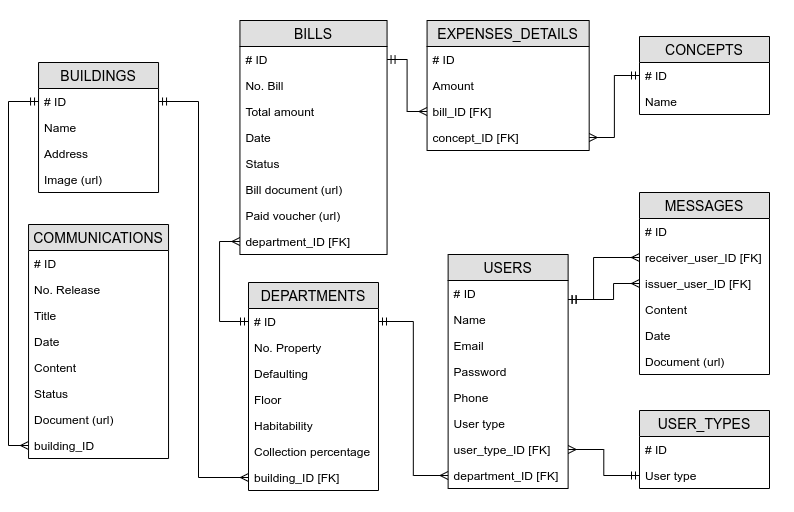
Before: diagrama_logico.png, a diagram exported from draw.io (glenn-dev/comunidapp). Source tidied: cells renumbered, new cells last; positions are measured from the earlier drawing's top-left corner, leaving out a move shared by most shapes.
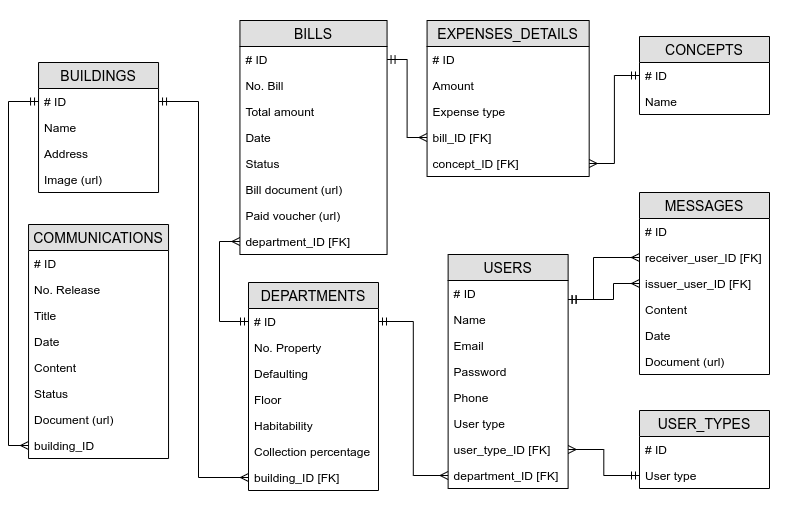
Later version of the same file.

Diff of the diagram source:
```diff
@@ -144,7 +144,7 @@
       <mxGeometry y="182" width="130" height="26" as="geometry" />
     </mxCell>
     <mxCell id="49" value="EXPENSES_DETAILS" style="swimlane;fontStyle=0;horizontal=1;startSize=26;fillColor=#e0e0e0;swimlaneFillColor=#ffffff;align=center;fontSize=14;" parent="1" vertex="1">
-      <mxGeometry x="418.6" y="20" width="162.1" height="130" as="geometry" />
+      <mxGeometry x="418.6" y="20" width="162.1" height="156" as="geometry" />
     </mxCell>
     <mxCell id="50" value="# ID" style="text;strokeColor=none;fillColor=none;spacingLeft=4;spacingRight=4;overflow=hidden;fontSize=12;" parent="49" vertex="1">
       <mxGeometry y="26" width="162.1" height="26" as="geometry" />
@@ -152,11 +152,14 @@
     <mxCell id="51" value="Amount" style="text;strokeColor=none;fillColor=none;spacingLeft=4;spacingRight=4;overflow=hidden;fontSize=12;" parent="49" vertex="1">
       <mxGeometry y="52" width="162.1" height="26" as="geometry" />
     </mxCell>
+    <mxCell id="72" value="Expense type" style="text;strokeColor=none;fillColor=none;spacingLeft=4;spacingRight=4;overflow=hidden;fontSize=12;" parent="49" vertex="1">
+      <mxGeometry y="78" width="162.1" height="26" as="geometry" />
+    </mxCell>
     <mxCell id="52" value="bill_ID [FK]" style="text;strokeColor=none;fillColor=none;spacingLeft=4;spacingRight=4;overflow=hidden;points=[[0,0.5],[1,0.5]];portConstraint=eastwest;fontSize=12;" parent="49" vertex="1">
-      <mxGeometry y="78" width="162.1" height="26" as="geometry" />
+      <mxGeometry y="104" width="162.1" height="26" as="geometry" />
     </mxCell>
     <mxCell id="53" value="concept_ID [FK]" style="text;strokeColor=none;fillColor=none;spacingLeft=4;spacingRight=4;overflow=hidden;points=[[0,0.5],[1,0.5]];portConstraint=eastwest;fontSize=12;" parent="49" vertex="1">
-      <mxGeometry y="104" width="162.1" height="26" as="geometry" />
+      <mxGeometry y="130" width="162.1" height="26" as="geometry" />
     </mxCell>
     <mxCell id="54" style="edgeStyle=orthogonalEdgeStyle;rounded=0;jettySize=auto;html=1;entryX=0;entryY=0.5;entryDx=0;entryDy=0;startArrow=ERmandOne;startFill=0;endArrow=ERmany;endFill=0;" parent="1" edge="1" source="37" target="28">
       <mxGeometry relative="1" as="geometry">
```
